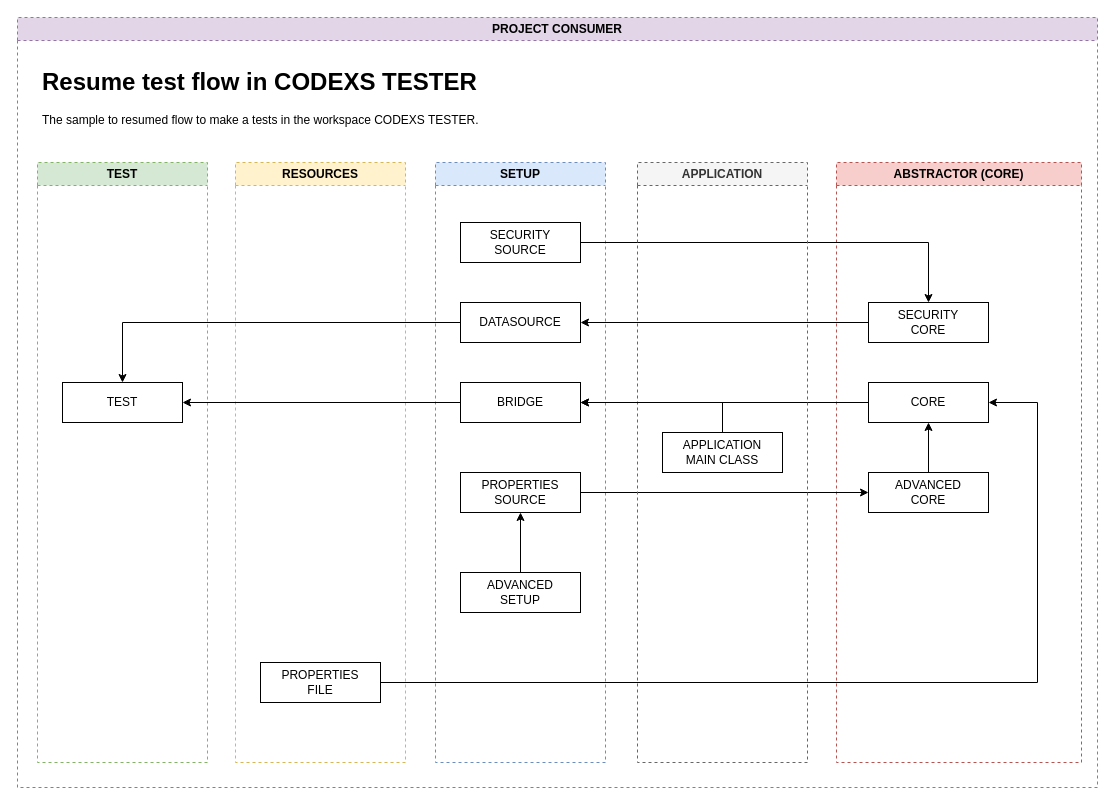
The draw.io diagram page "Resumed" (2 of 3) of src/data/midias/codexstester-diagram-flow.drawio in huntercodexs/codexstester, before the edit. Source tidied: cells renumbered, new cells numbered last; positions are measured from the earlier drawing's top-left corner, leaving out a move shared by most shapes. Both pictures are drawn from the tidied source at 100%, with x=0, y=0 at pixel (17, 17).
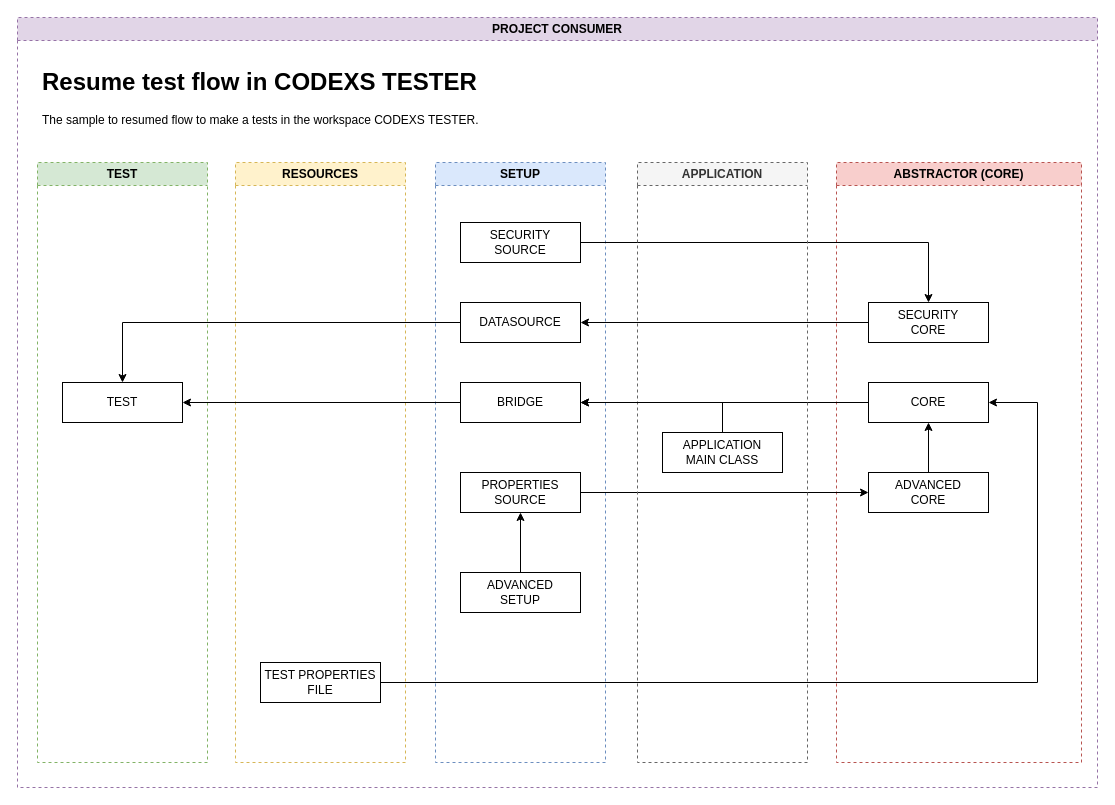
After the change.

The change refers to these unchanged cells:
```xml
<mxCell id="4" value="RESOURCES" style="swimlane;whiteSpace=wrap;html=1;dashed=1;fillColor=#fff2cc;strokeColor=#d6b656;" parent="2" vertex="1">
  <mxGeometry x="218" y="145" width="170" height="600" as="geometry" />
</mxCell>
```

Change to the diagram source:
```diff
@@
-    <mxCell id="5" value="&lt;div&gt;PROPERTIES&lt;/div&gt;&lt;div&gt;FILE&lt;br&gt;&lt;/div&gt;" style="rounded=0;whiteSpace=wrap;html=1;" parent="4" vertex="1">
+    <mxCell id="5" value="TEST PROPERTIES&lt;div&gt;FILE&lt;br&gt;&lt;/div&gt;" style="rounded=0;whiteSpace=wrap;html=1;" parent="4" vertex="1">
       <mxGeometry x="25" y="500" width="120" height="40" as="geometry" />
     </mxCell>
```
